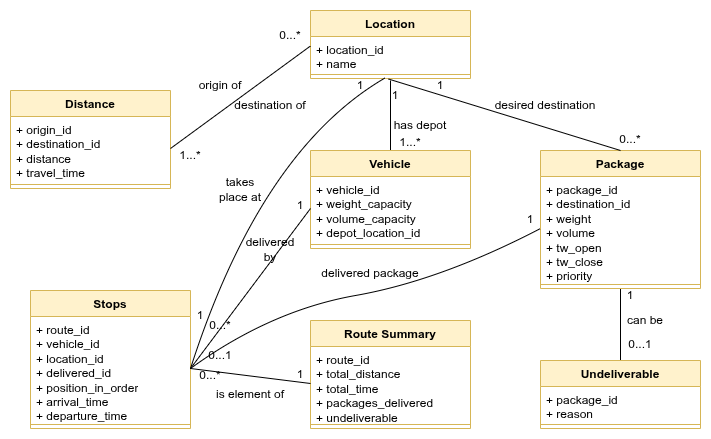
Earlier version of the draw.io export Problem3 - FleetRouter/Diagrams/P3_DCD.drawio.png (wojciechbukala/SoftwareRequirements). Source tidied: cells renumbered, new cells last; positions are measured from the earlier drawing's top-left corner, leaving out a move shared by most shapes.
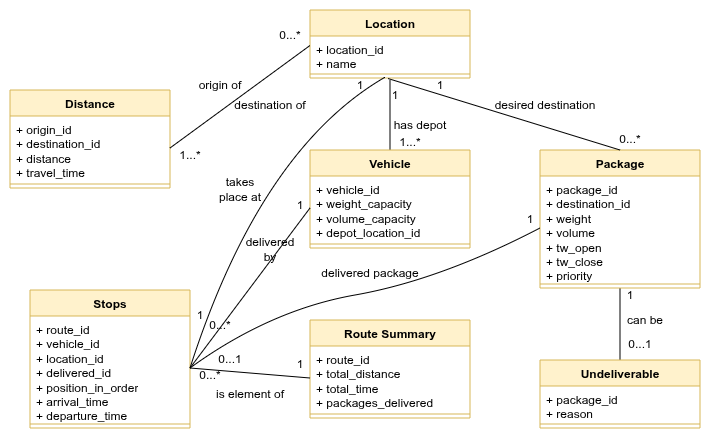
The same file after the commit.

Diff of the diagram source:
```diff
@@ -56,13 +56,13 @@
       <mxGeometry y="60" width="160" height="8" as="geometry" />
     </mxCell>
     <mxCell id="19" value="Route Summary" style="swimlane;fontStyle=1;align=center;verticalAlign=top;horizontal=1;startSize=26;whiteSpace=wrap;html=1;fillColor=#fff2cc;strokeColor=#d6b656;" parent="1" vertex="1">
-      <mxGeometry x="300" y="310" width="160" height="108" as="geometry" />
+      <mxGeometry x="300" y="310" width="160" height="98" as="geometry" />
     </mxCell>
-    <mxCell id="20" value="&lt;div&gt;+ route_id&lt;/div&gt;+ total_distance&lt;div&gt;+ total_time&lt;/div&gt;&lt;div&gt;+ packages_delivered&lt;/div&gt;&lt;div&gt;+ undeliverable&lt;/div&gt;" style="text;strokeColor=none;fillColor=none;align=left;verticalAlign=top;spacingLeft=4;spacingRight=4;overflow=hidden;points=[[0,0.5],[1,0.5]];portConstraint=eastwest;whiteSpace=wrap;html=1;" parent="19" vertex="1">
-      <mxGeometry y="26" width="160" height="74" as="geometry" />
+    <mxCell id="20" value="&lt;div&gt;+ route_id&lt;/div&gt;+ total_distance&lt;div&gt;+ total_time&lt;/div&gt;&lt;div&gt;+ packages_delivered&lt;/div&gt;" style="text;strokeColor=none;fillColor=none;align=left;verticalAlign=top;spacingLeft=4;spacingRight=4;overflow=hidden;points=[[0,0.5],[1,0.5]];portConstraint=eastwest;whiteSpace=wrap;html=1;" parent="19" vertex="1">
+      <mxGeometry y="26" width="160" height="64" as="geometry" />
     </mxCell>
     <mxCell id="21" style="line;strokeWidth=1;fillColor=none;align=left;verticalAlign=middle;spacingTop=-1;spacingLeft=3;spacingRight=3;labelPosition=right;strokeColor=inherit;" parent="19" vertex="1">
-      <mxGeometry y="100" width="160" height="8" as="geometry" />
+      <mxGeometry y="90" width="160" height="8" as="geometry" />
     </mxCell>
     <mxCell id="22" value="Undeliverable" style="swimlane;fontStyle=1;align=center;verticalAlign=top;horizontal=1;startSize=26;whiteSpace=wrap;html=1;fillColor=#fff2cc;strokeColor=#d6b656;" parent="1" vertex="1">
       <mxGeometry x="530" y="350" width="160" height="68" as="geometry" />
@@ -137,10 +137,10 @@
       <mxGeometry x="170" y="350" width="60" height="30" as="geometry" />
     </mxCell>
     <mxCell id="43" value="1" style="text;html=1;whiteSpace=wrap;strokeColor=none;fillColor=none;align=center;verticalAlign=middle;rounded=0;" parent="1" vertex="1">
-      <mxGeometry x="260" y="349" width="60" height="30" as="geometry" />
+      <mxGeometry x="260" y="339" width="60" height="30" as="geometry" />
     </mxCell>
     <mxCell id="44" value="0...1" style="text;html=1;whiteSpace=wrap;strokeColor=none;fillColor=none;align=center;verticalAlign=middle;rounded=0;" parent="1" vertex="1">
-      <mxGeometry x="180" y="330" width="60" height="30" as="geometry" />
+      <mxGeometry x="190" y="334" width="60" height="30" as="geometry" />
     </mxCell>
     <mxCell id="45" value="1" style="text;html=1;whiteSpace=wrap;strokeColor=none;fillColor=none;align=center;verticalAlign=middle;rounded=0;" parent="1" vertex="1">
       <mxGeometry x="490" y="194" width="60" height="30" as="geometry" />
```
